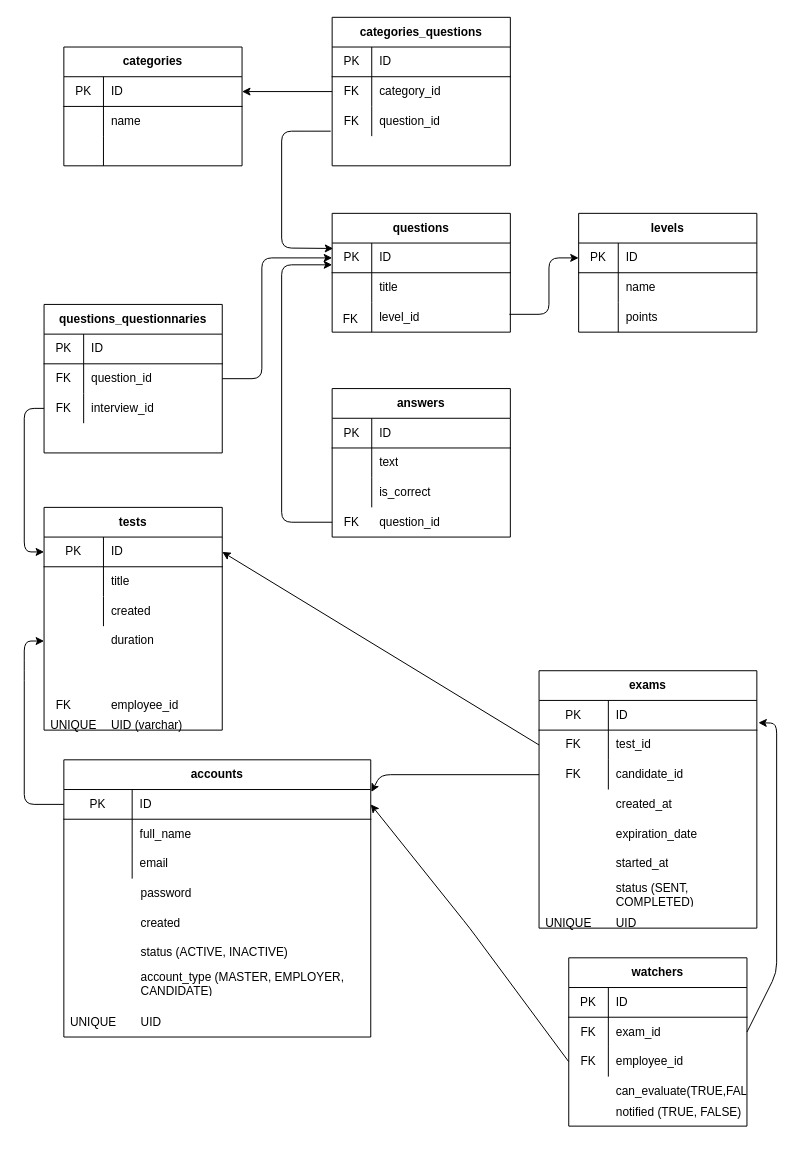
marina-bozic/s3-terraform keeps this draw.io diagram as Untitled Diagram.drawio. Above is the earlier version. Source tidied: cells renumbered, new cells numbered last; positions are measured from the earlier drawing's top-left corner, leaving out a move shared by most shapes. Both pictures are drawn from the tidied source at 99%, with x=0, y=0 at pixel (24, 17).
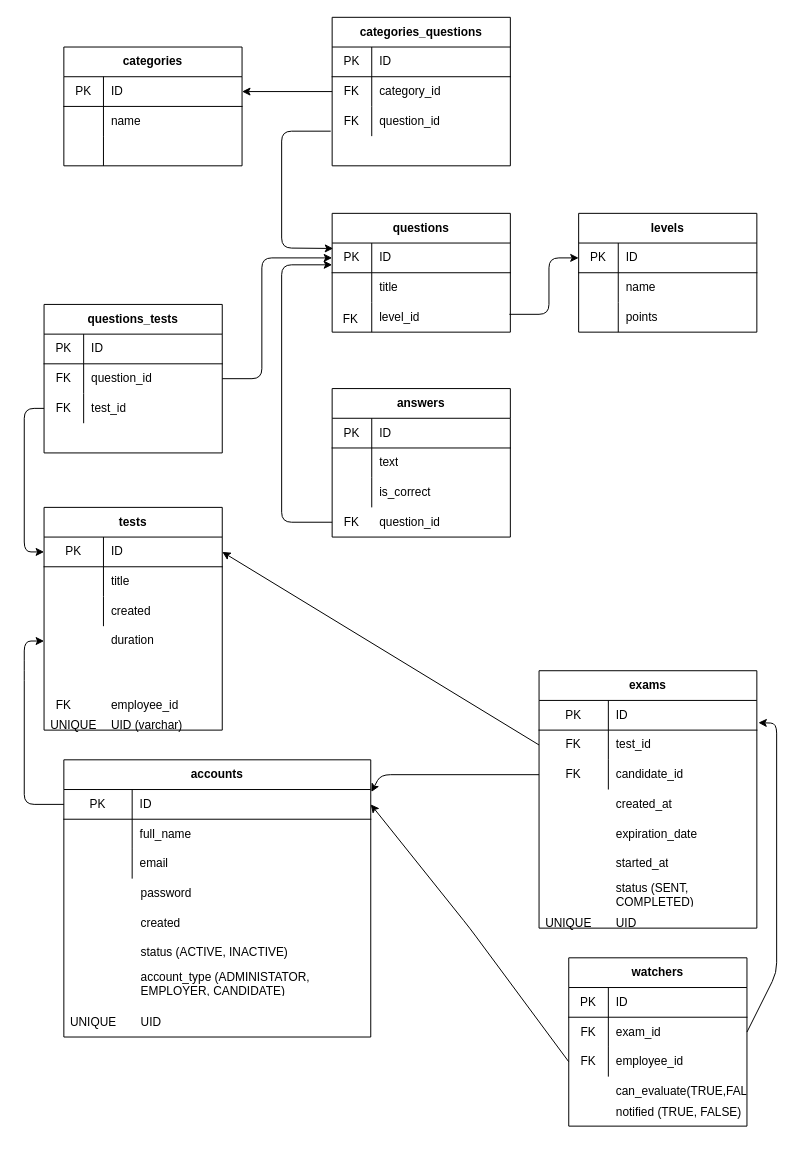
After the change.

Unchanged cells that the change refers to:
```xml
<mxCell id="54" style="shape=partialRectangle;html=1;whiteSpace=wrap;fillColor=none;top=0;left=0;bottom=0;right=0;points=[[0,0.5],[1,0.5]];portConstraint=eastwest;" parent="47" vertex="1">
  <mxGeometry y="90" width="180" height="30" as="geometry" />
</mxCell>
```

What changed in the source:
```diff
@@
-    <mxCell id="47" value="questions_questionnaries" style="shape=table;html=1;whiteSpace=wrap;startSize=30;childLayout=tableLayout;rowLines=0;fontStyle=1;align=center;" parent="1" vertex="1">
+    <mxCell id="47" value="questions_tests" style="shape=table;html=1;whiteSpace=wrap;startSize=30;childLayout=tableLayout;rowLines=0;fontStyle=1;align=center;" parent="1" vertex="1">
       <mxGeometry x="20" y="290" width="180" height="150" as="geometry" />
     </mxCell>
@@
-    <mxCell id="56" value="interview_id" style="shape=partialRectangle;html=1;whiteSpace=wrap;fillColor=none;top=0;left=0;bottom=0;right=0;align=left;spacingLeft=6;overflow=hidden;" parent="54" vertex="1">
+    <mxCell id="56" value="test_id" style="shape=partialRectangle;html=1;whiteSpace=wrap;fillColor=none;top=0;left=0;bottom=0;right=0;align=left;spacingLeft=6;overflow=hidden;" parent="54" vertex="1">
       <mxGeometry x="40" width="140" height="30" as="geometry" />
     </mxCell>
@@
-    <mxCell id="85" value="account_type (MASTER, EMPLOYER, CANDIDATE)" style="shape=partialRectangle;html=1;whiteSpace=wrap;fillColor=none;top=0;left=0;bottom=0;right=0;align=left;spacingLeft=6;overflow=hidden;" parent="1" vertex="1">
+    <mxCell id="85" value="account_type (ADMINISTATOR, EMPLOYER, CANDIDATE)" style="shape=partialRectangle;html=1;whiteSpace=wrap;fillColor=none;top=0;left=0;bottom=0;right=0;align=left;spacingLeft=6;overflow=hidden;" parent="1" vertex="1">
       <mxGeometry x="110" y="960" width="230" height="30" as="geometry" />
     </mxCell>
```
